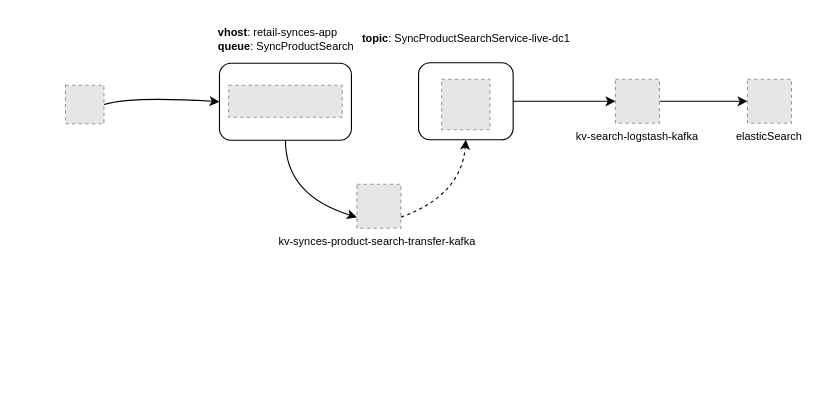
khinhvuphiduong/diagrams.net keeps this draw.io diagram as kv-search-flow.drawio. Above is the earlier version. Source tidied: cells renumbered, new cells numbered last; positions are measured from the earlier drawing's top-left corner, leaving out a move shared by most shapes. Both pictures are drawn from the tidied source at 110%, with x=0, y=0 at pixel (65, 19). Pictures stored in the file or linked from it are replaced by grey dashed boxes.
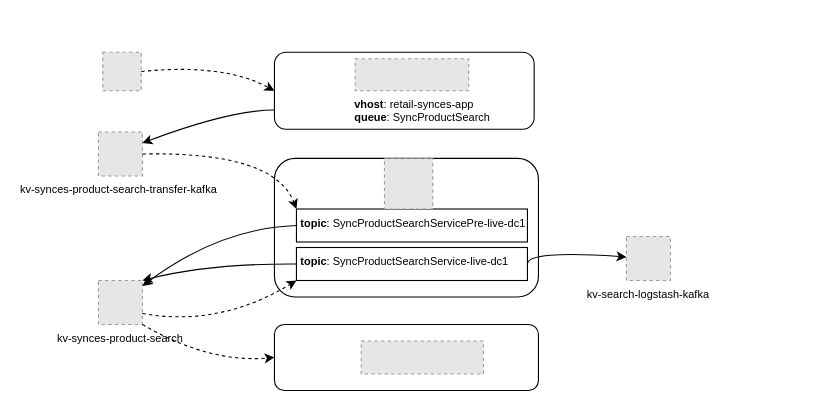
The same diagram, later.

What changed in the source:
```diff
@@
-    <mxCell id="2" style="edgeStyle=orthogonalEdgeStyle;rounded=0;jettySize=auto;html=1;" parent="1" edge="1" source="3" target="12">
-      <mxGeometry relative="1" as="geometry" />
-    </mxCell>
-    <mxCell id="3" style="rounded=1;whiteSpace=wrap;html=1;fillColor=none;" parent="1" vertex="1">
-      <mxGeometry x="321" y="39.6" width="86" height="70" as="geometry" />
-    </mxCell>
-    <mxCell id="4" style="rounded=1;whiteSpace=wrap;html=1;fillColor=none;" parent="1" vertex="1">
-      <mxGeometry x="140" y="40" width="120" height="70" as="geometry" />
+    <mxCell id="4" style="rounded=1;whiteSpace=wrap;html=1;fillColor=none;strokeColor=#000000;" parent="1" vertex="1">
+      <mxGeometry x="190" y="30" width="236.1" height="70" as="geometry" />
     </mxCell>
-    <mxCell id="5" style="fillColor=#E6E6E6;strokeColor=#999999;dashed=1;verticalLabelPosition=bottom;labelBackgroundColor=default;verticalAlign=top;" parent="1" vertex="1">
-      <mxGeometry x="148.4" y="60" width="103.2" height="29.1" as="geometry" />
-    </mxCell>
+    <mxCell id="17" style="rounded=1;whiteSpace=wrap;html=1;fillColor=none;strokeColor=#000000;" parent="1" vertex="1">
+      <mxGeometry x="190" y="277.5" width="240" height="60" as="geometry" />
+    </mxCell>
+    <mxCell id="18" style="rounded=1;whiteSpace=wrap;html=1;fillColor=none;fontColor=#333333;strokeColor=#000000;" parent="1" vertex="1">
+      <mxGeometry x="190" y="126.5" width="240" height="126" as="geometry" />
+    </mxCell>
     <mxCell id="6" style="fillColor=#E6E6E6;strokeColor=#999999;dashed=1;verticalLabelPosition=bottom;labelBackgroundColor=default;verticalAlign=top;" parent="1" vertex="1">
-      <mxGeometry y="60" width="35" height="35" as="geometry" />
+      <mxGeometry x="33.9" y="30" width="35" height="35" as="geometry" />
     </mxCell>
     <mxCell id="7" value="&lt;b&gt;vhost&lt;/b&gt;:&amp;nbsp;&lt;span style=&quot;background-color: transparent;&quot;&gt;retail-synces-app&lt;/span&gt;&lt;span style=&quot;background-color: transparent; white-space: pre;&quot;&gt;&#9;&lt;/span&gt;&lt;div&gt;&lt;b&gt;queue&lt;/b&gt;: SyncProductSearch&lt;/div&gt;" style="text;html=1;align=left;verticalAlign=top;whiteSpace=wrap;rounded=0;spacingLeft=2;fontSize=10;" parent="1" vertex="1">
-      <mxGeometry x="135" width="130" height="40" as="geometry" />
+      <mxGeometry x="259.4" y="65" width="130" height="40" as="geometry" />
     </mxCell>
     <mxCell id="8" value="kv-synces-product-search-transfer-kafka " style="fillColor=#E6E6E6;strokeColor=#999999;dashed=1;verticalLabelPosition=bottom;labelBackgroundColor=default;verticalAlign=top;fontSize=10;" parent="1" vertex="1">
-      <mxGeometry x="265" y="150" width="40" height="40" as="geometry" />
+      <mxGeometry x="30" y="102.5" width="40" height="40" as="geometry" />
     </mxCell>
+    <mxCell id="10" value="&lt;b&gt;topic&lt;/b&gt;:&amp;nbsp;SyncProductSearchService-live-dc1" style="text;html=1;align=left;verticalAlign=top;whiteSpace=wrap;rounded=0;spacingLeft=2;rotation=0;fontSize=10;strokeColor=default;" parent="1" vertex="1">
+      <mxGeometry x="210" y="207.5" width="210" height="30" as="geometry" />
+    </mxCell>
+    <mxCell id="12" value="kv-search-logstash-kafka" style="fillColor=#E6E6E6;strokeColor=#999999;dashed=1;verticalLabelPosition=bottom;labelBackgroundColor=default;verticalAlign=top;fontSize=10;" parent="1" vertex="1">
+      <mxGeometry x="510" y="197.5" width="40" height="40" as="geometry" />
+    </mxCell>
+    <mxCell id="14" style="curved=1;endArrow=classic;html=1;rounded=0;entryX=0;entryY=0.5;entryDx=0;entryDy=0;exitX=1;exitY=0.5;exitDx=0;exitDy=0;dashed=1;" parent="1" edge="1" source="6" target="4">
+      <mxGeometry relative="1" as="geometry">
+        <Array as="points">
+          <mxPoint x="143.9" y="40" />
+        </Array>
+      </mxGeometry>
+    </mxCell>
+    <mxCell id="19" value="kv-synces-product-search" style="fillColor=#E6E6E6;strokeColor=#999999;dashed=1;verticalLabelPosition=bottom;labelBackgroundColor=default;verticalAlign=top;fontSize=10;" parent="1" vertex="1">
+      <mxGeometry x="30" y="237.5" width="40" height="40" as="geometry" />
+    </mxCell>
+    <mxCell id="20" value="&lt;b&gt;topic&lt;/b&gt;:&amp;nbsp;SyncProductSearchServicePre-live-dc1" style="text;html=1;align=left;verticalAlign=top;whiteSpace=wrap;rounded=0;spacingLeft=2;rotation=0;fontSize=10;strokeColor=default;" parent="1" vertex="1">
+      <mxGeometry x="210" y="172.5" width="210" height="30" as="geometry" />
+    </mxCell>
     <mxCell id="9" style="fillColor=#E6E6E6;strokeColor=#999999;dashed=1;verticalLabelPosition=bottom;labelBackgroundColor=default;verticalAlign=top;" parent="1" vertex="1">
-      <mxGeometry x="342" y="54.5" width="43.9" height="45.9" as="geometry" />
+      <mxGeometry x="290" y="126.6" width="43.9" height="45.9" as="geometry" />
     </mxCell>
-    <mxCell id="10" value="&lt;b&gt;topic&lt;/b&gt;:&amp;nbsp;SyncProductSearchService-live-dc1" style="text;html=1;align=left;verticalAlign=top;whiteSpace=wrap;rounded=0;spacingLeft=2;rotation=0;fontSize=10;" parent="1" vertex="1">
-      <mxGeometry x="266" y="5" width="196" height="30" as="geometry" />
-    </mxCell>
-    <mxCell id="11" style="edgeStyle=orthogonalEdgeStyle;rounded=0;jettySize=auto;html=1;" parent="1" edge="1" source="12" target="13">
-      <mxGeometry relative="1" as="geometry" />
-    </mxCell>
-    <mxCell id="12" value="kv-search-logstash-kafka" style="fillColor=#E6E6E6;strokeColor=#999999;dashed=1;verticalLabelPosition=bottom;labelBackgroundColor=default;verticalAlign=top;fontSize=10;" parent="1" vertex="1">
-      <mxGeometry x="500" y="54.6" width="40" height="40" as="geometry" />
-    </mxCell>
-    <mxCell id="13" value="elasticSearch" style="fillColor=#E6E6E6;strokeColor=#999999;dashed=1;verticalLabelPosition=bottom;labelBackgroundColor=default;verticalAlign=top;fontStyle=0;fontSize=10;" parent="1" vertex="1">
-      <mxGeometry x="620" y="54.6" width="40" height="40" as="geometry" />
-    </mxCell>
-    <mxCell id="14" style="curved=1;endArrow=classic;html=1;rounded=0;entryX=0;entryY=0.5;entryDx=0;entryDy=0;exitX=1;exitY=0.5;exitDx=0;exitDy=0;" parent="1" edge="1" source="6" target="4">
-      <mxGeometry relative="1" as="geometry">
-        <Array as="points">
-          <mxPoint x="60" y="70" />
-        </Array>
-      </mxGeometry>
-    </mxCell>
-    <mxCell id="15" style="curved=1;endArrow=classic;html=1;rounded=0;exitX=1;exitY=0.75;exitDx=0;exitDy=0;entryX=0.5;entryY=1;entryDx=0;entryDy=0;dashed=1;" parent="1" edge="1" source="8" target="3">
-      <mxGeometry relative="1" as="geometry">
-        <Array as="points">
-          <mxPoint x="360" y="160" />
-        </Array>
-      </mxGeometry>
-    </mxCell>
+    <mxCell id="21" style="curved=1;endArrow=classic;html=1;rounded=0;entryX=0;entryY=0;entryDx=0;entryDy=0;exitX=1;exitY=0.5;exitDx=0;exitDy=0;dashed=1;" parent="1" edge="1" source="8" target="20">
+      <mxGeometry relative="1" as="geometry">
+        <Array as="points">
+          <mxPoint x="190" y="120" />
+        </Array>
+      </mxGeometry>
+    </mxCell>
+    <mxCell id="22" style="curved=1;endArrow=none;html=1;rounded=0;entryX=0;entryY=0.5;entryDx=0;entryDy=0;startArrow=classic;startFill=1;" parent="1" edge="1" source="19" target="20">
+      <mxGeometry relative="1" as="geometry">
+        <Array as="points">
+          <mxPoint x="140" y="190" />
+        </Array>
+      </mxGeometry>
+    </mxCell>
+    <mxCell id="23" style="curved=1;endArrow=classic;html=1;rounded=0;entryX=0;entryY=1;entryDx=0;entryDy=0;exitX=1;exitY=0.75;exitDx=0;exitDy=0;dashed=1;" parent="1" edge="1" source="19" target="10">
+      <mxGeometry relative="1" as="geometry">
+        <Array as="points">
+          <mxPoint x="140" y="280" />
+        </Array>
+      </mxGeometry>
+    </mxCell>
+    <mxCell id="24" style="curved=1;endArrow=none;html=1;rounded=0;entryX=0;entryY=0.5;entryDx=0;entryDy=0;exitX=1;exitY=0;exitDx=0;exitDy=0;startArrow=classic;startFill=1;" parent="1" edge="1" source="19" target="10">
+      <mxGeometry relative="1" as="geometry">
+        <Array as="points">
+          <mxPoint x="130" y="222" />
+        </Array>
+      </mxGeometry>
+    </mxCell>
+    <mxCell id="25" style="curved=1;endArrow=classic;html=1;rounded=0;exitX=1;exitY=0.5;exitDx=0;exitDy=0;" parent="1" edge="1" source="10" target="12">
+      <mxGeometry relative="1" as="geometry">
+        <Array as="points">
+          <mxPoint x="420" y="210" />
+        </Array>
+      </mxGeometry>
+    </mxCell>
+    <mxCell id="26" style="fillColor=#E6E6E6;strokeColor=#999999;dashed=1;verticalLabelPosition=bottom;labelBackgroundColor=default;verticalAlign=top;" parent="1" vertex="1">
+      <mxGeometry x="268.9" y="292.5" width="111.1" height="30" as="geometry" />
+    </mxCell>
-    <mxCell id="16" style="curved=1;endArrow=classic;html=1;rounded=0;exitX=0.5;exitY=1;exitDx=0;exitDy=0;entryX=0;entryY=0.75;entryDx=0;entryDy=0;" parent="1" edge="1" source="4" target="8">
+    <mxCell id="16" style="curved=1;endArrow=classic;html=1;rounded=0;entryX=1;entryY=0.25;entryDx=0;entryDy=0;exitX=0;exitY=0.75;exitDx=0;exitDy=0;" parent="1" edge="1" source="4" target="8">
       <mxGeometry relative="1" as="geometry">
         <Array as="points">
-          <mxPoint x="200" y="160" />
+          <mxPoint x="150" y="82.5" />
         </Array>
       </mxGeometry>
     </mxCell>
+    <mxCell id="27" style="curved=1;endArrow=classic;html=1;rounded=0;entryX=0;entryY=0.5;entryDx=0;entryDy=0;exitX=1;exitY=1;exitDx=0;exitDy=0;dashed=1;" parent="1" edge="1" source="19" target="17">
+      <mxGeometry relative="1" as="geometry">
+        <Array as="points">
+          <mxPoint x="130" y="312.5" />
+        </Array>
+      </mxGeometry>
+    </mxCell>
+    <mxCell id="5" style="fillColor=#E6E6E6;strokeColor=#999999;dashed=1;verticalLabelPosition=bottom;labelBackgroundColor=default;verticalAlign=top;" parent="1" vertex="1">
+      <mxGeometry x="263.4" y="35.9" width="103.2" height="29.1" as="geometry" />
+    </mxCell>
```
